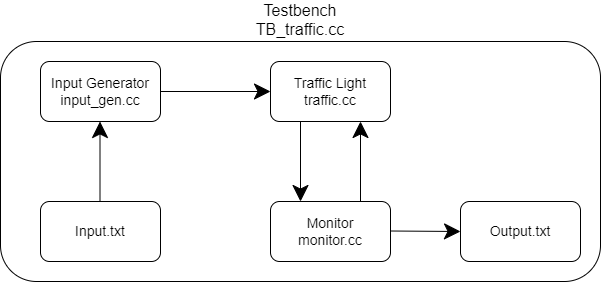
The draw.io diagram Lab1/Trafficlight_blockdiagram.png in txcpnae/TDDI08_shared, before a commit. Source tidied: cells renumbered, new cells last; positions are measured from the earlier drawing's top-left corner, leaving out a move shared by most shapes. Its diagram source:
```xml
<mxGraphModel>
  <root>
    <mxCell id="0" />
    <mxCell id="1" parent="0" />
    <mxCell id="2" value="&lt;font style=&quot;font-size: 16px&quot;&gt;Testbench&lt;br&gt;TB_traffic.cc&lt;br&gt;&lt;/font&gt;" style="rounded=1;whiteSpace=wrap;html=1;hachureGap=4;align=center;labelPosition=center;verticalLabelPosition=top;verticalAlign=bottom;" parent="1" vertex="1">
      <mxGeometry width="600" height="240" as="geometry" />
    </mxCell>
    <mxCell id="3" value="&lt;font style=&quot;font-size: 14px&quot;&gt;Traffic Light&lt;br&gt;traffic.cc&lt;/font&gt;" style="rounded=1;whiteSpace=wrap;html=1;hachureGap=4;" parent="1" vertex="1">
      <mxGeometry x="270" y="20" width="120" height="60" as="geometry" />
    </mxCell>
    <mxCell id="4" value="&lt;font style=&quot;font-size: 14px&quot;&gt;Input Generator&lt;br&gt;input_gen.cc&lt;/font&gt;" style="rounded=1;whiteSpace=wrap;html=1;hachureGap=4;" parent="1" vertex="1">
      <mxGeometry x="40" y="20" width="120" height="60" as="geometry" />
    </mxCell>
    <mxCell id="5" value="&lt;font style=&quot;font-size: 14px&quot;&gt;Monitor&lt;br&gt;monitor.cc&lt;/font&gt;" style="rounded=1;whiteSpace=wrap;html=1;hachureGap=4;" parent="1" vertex="1">
      <mxGeometry x="270" y="160" width="120" height="60" as="geometry" />
    </mxCell>
    <mxCell id="6" style="endArrow=classic;html=1;startSize=14;endSize=14;sourcePerimeterSpacing=8;targetPerimeterSpacing=8;" parent="1" edge="1">
      <mxGeometry relative="1" as="geometry">
        <mxPoint x="160" y="50" as="sourcePoint" />
        <mxPoint x="270" y="50" as="targetPoint" />
      </mxGeometry>
    </mxCell>
    <mxCell id="7" style="endArrow=classic;html=1;startSize=14;endSize=14;sourcePerimeterSpacing=8;targetPerimeterSpacing=8;" parent="1" edge="1">
      <mxGeometry relative="1" as="geometry">
        <mxPoint x="300" y="80" as="sourcePoint" />
        <mxPoint x="300" y="160" as="targetPoint" />
      </mxGeometry>
    </mxCell>
    <mxCell id="8" style="endArrow=classic;html=1;startSize=14;endSize=14;sourcePerimeterSpacing=8;targetPerimeterSpacing=8;" parent="1" edge="1">
      <mxGeometry relative="1" as="geometry">
        <mxPoint x="360" y="160" as="sourcePoint" />
        <mxPoint x="360" y="80" as="targetPoint" />
      </mxGeometry>
    </mxCell>
    <mxCell id="9" value="&lt;font style=&quot;font-size: 14px&quot;&gt;Input.txt&lt;/font&gt;" style="rounded=1;whiteSpace=wrap;html=1;hachureGap=4;align=center;" parent="1" vertex="1">
      <mxGeometry x="40" y="160" width="120" height="60" as="geometry" />
    </mxCell>
    <mxCell id="10" style="endArrow=classic;html=1;startSize=14;endSize=14;sourcePerimeterSpacing=8;targetPerimeterSpacing=8;" parent="1" edge="1">
      <mxGeometry relative="1" as="geometry">
        <mxPoint x="99.5" y="160" as="sourcePoint" />
        <mxPoint x="99.5" y="80" as="targetPoint" />
      </mxGeometry>
    </mxCell>
    <mxCell id="11" value="&lt;font style=&quot;font-size: 14px&quot;&gt;Output.txt&lt;/font&gt;" style="rounded=1;whiteSpace=wrap;html=1;hachureGap=4;align=center;" parent="1" vertex="1">
      <mxGeometry x="460" y="160" width="120" height="60" as="geometry" />
    </mxCell>
    <mxCell id="12" style="endArrow=classic;html=1;startSize=14;endSize=14;sourcePerimeterSpacing=8;targetPerimeterSpacing=8;" parent="1" edge="1">
      <mxGeometry relative="1" as="geometry">
        <mxPoint x="390" y="189.5" as="sourcePoint" />
        <mxPoint x="460" y="190" as="targetPoint" />
      </mxGeometry>
    </mxCell>
  </root>
</mxGraphModel>
```
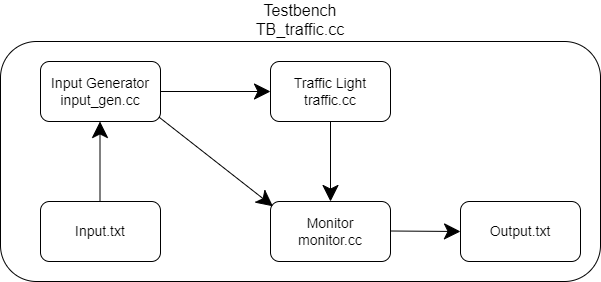
Above is the later version.

Commit message:
Fixed error in blockdiagram

Diff of the diagram source:
```diff
@@ -20,16 +20,13 @@
         <mxPoint x="270" y="50" as="targetPoint" />
       </mxGeometry>
     </mxCell>
-    <mxCell id="7" style="endArrow=classic;html=1;startSize=14;endSize=14;sourcePerimeterSpacing=8;targetPerimeterSpacing=8;" parent="1" edge="1">
-      <mxGeometry relative="1" as="geometry">
-        <mxPoint x="300" y="80" as="sourcePoint" />
-        <mxPoint x="300" y="160" as="targetPoint" />
-      </mxGeometry>
+    <mxCell id="7" style="endArrow=classic;html=1;startSize=14;endSize=14;sourcePerimeterSpacing=8;targetPerimeterSpacing=8;exitX=0.988;exitY=0.928;exitDx=0;exitDy=0;exitPerimeter=0;entryX=0.02;entryY=0.08;entryDx=0;entryDy=0;entryPerimeter=0;" parent="1" edge="1" source="4" target="5">
+      <mxGeometry relative="1" as="geometry" />
     </mxCell>
     <mxCell id="8" style="endArrow=classic;html=1;startSize=14;endSize=14;sourcePerimeterSpacing=8;targetPerimeterSpacing=8;" parent="1" edge="1">
       <mxGeometry relative="1" as="geometry">
-        <mxPoint x="360" y="160" as="sourcePoint" />
-        <mxPoint x="360" y="80" as="targetPoint" />
+        <mxPoint x="330" y="80" as="sourcePoint" />
+        <mxPoint x="330" y="160" as="targetPoint" />
       </mxGeometry>
     </mxCell>
     <mxCell id="9" value="&lt;font style=&quot;font-size: 14px&quot;&gt;Input.txt&lt;/font&gt;" style="rounded=1;whiteSpace=wrap;html=1;hachureGap=4;align=center;" parent="1" vertex="1">
```
